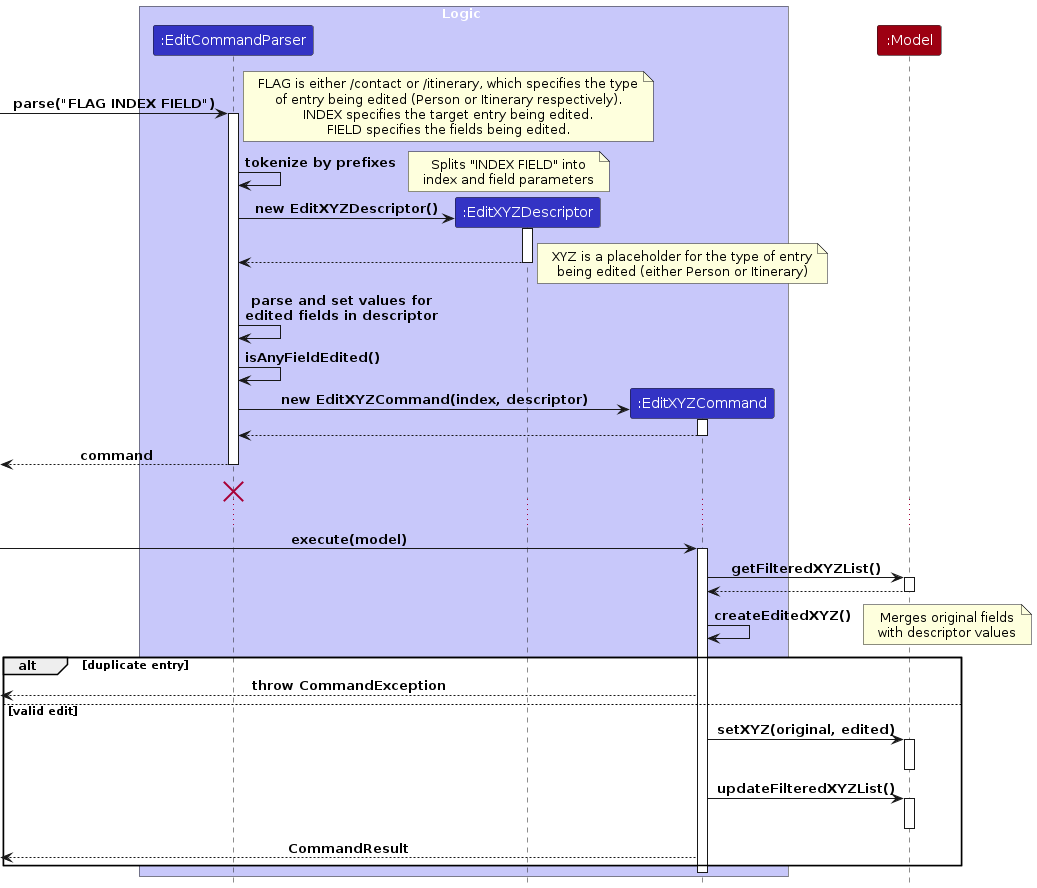
This is diagrams/EditCommandSequenceDiagram.png from reyestyh/tp, a PlantUML export, as it was before one commit. Its source is kept beside it as diagrams/EditCommandSequenceDiagram.puml.
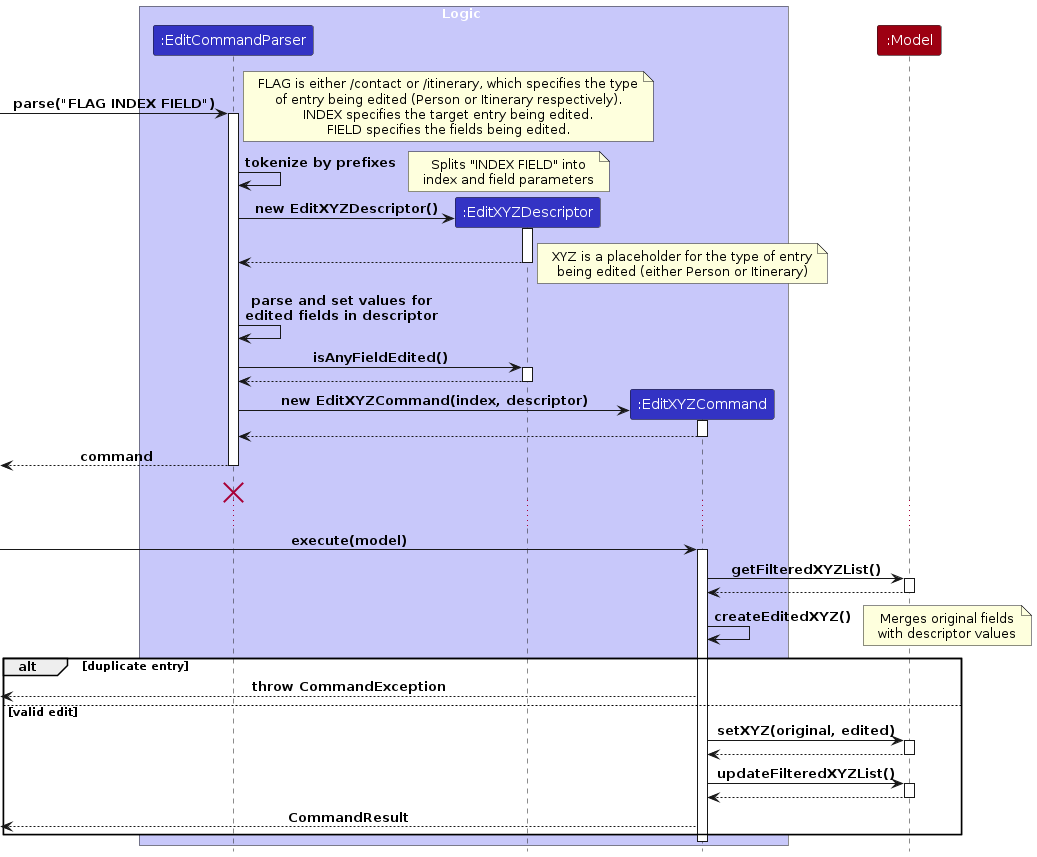
The same file after the commit.

Change to the diagram source:
```diff
@@ -26,7 +26,10 @@
 
 parser -> parser : parse and set values for\nedited fields in descriptor
 
-parser -> parser : isAnyFieldEdited()
+parser -> descriptor : isAnyFieldEdited()
+activate descriptor
+descriptor --> parser
+deactivate descriptor
 
 create command
 parser -> command : new EditXYZCommand(index, descriptor)
@@ -58,10 +61,12 @@
 else valid edit
     command -> model : setXYZ(original, edited)
     activate model
+    model --> command
     deactivate model
 
     command -> model : updateFilteredXYZList()
     activate model
+    model --> command
     deactivate model
 
     [<-- command : CommandResult
```
